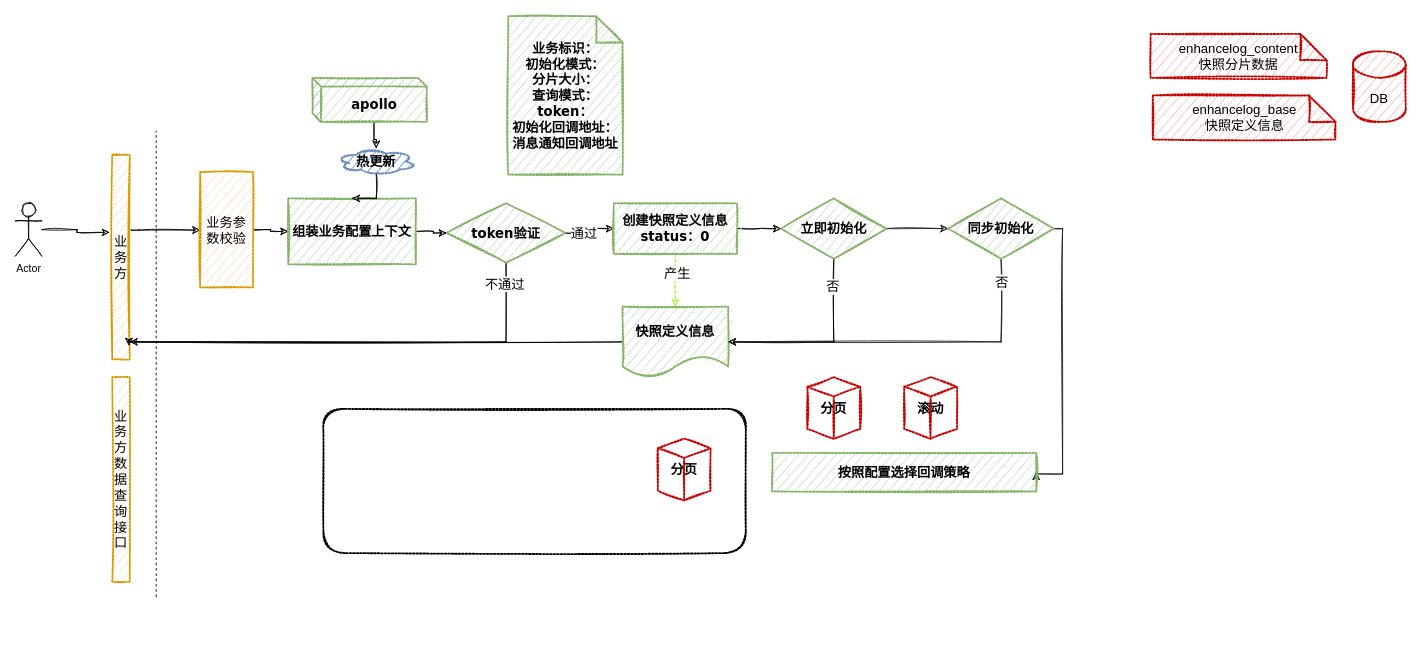
Above: Untitled Diagram.drawio in cb2s/goodGoodStudy (draw.io), before the change. Source tidied: cells renumbered, new cells numbered last; positions are measured from the earlier drawing's top-left corner, leaving out a move shared by most shapes. Both pictures are drawn from the tidied source at 88%, with x=0, y=0 at pixel (15, 16).
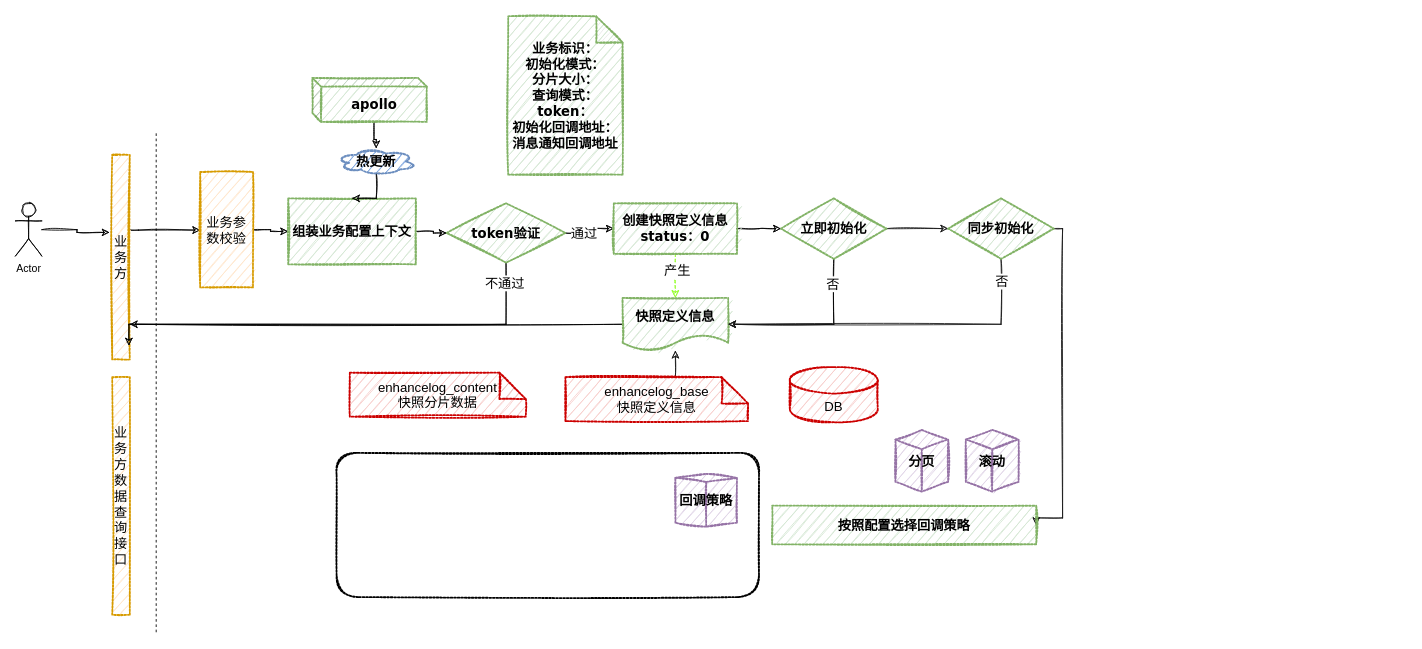
The same diagram, later.

Unchanged cells that the change refers to:
```xml
<mxCell id="5" value="业务方" style="rounded=0;whiteSpace=wrap;html=1;sketch=1;dashed=1;dashPattern=1 1;strokeWidth=2;perimeterSpacing=0;strokeColor=#d79b00;fillColor=#ffe6cc;fontSize=15;" parent="1" vertex="1">
  <mxGeometry x="110" y="157.5" width="20" height="232.5" as="geometry" />
</mxCell>
<mxCell id="23" value="token验证" style="rhombus;whiteSpace=wrap;html=1;dashed=1;dashPattern=1 1;fontFamily=Verdana;fontSize=15;fontStyle=1;strokeColor=#82b366;strokeWidth=2;fillColor=#d5e8d4;sketch=1;" parent="1" vertex="1">
  <mxGeometry x="490" y="212.5" width="135" height="67.5" as="geometry" />
</mxCell>
<mxCell id="31" value="立即初始化" style="rhombus;whiteSpace=wrap;html=1;dashed=1;dashPattern=1 1;fontFamily=Verdana;fontSize=15;fontStyle=1;strokeColor=#82b366;strokeWidth=2;fillColor=#d5e8d4;sketch=1;" parent="1" vertex="1">
  <mxGeometry x="870" y="206.9" width="120" height="68.8" as="geometry" />
</mxCell>
<mxCell id="37" value="同步初始化" style="rhombus;whiteSpace=wrap;html=1;dashed=1;dashPattern=1 1;fontFamily=Verdana;fontSize=15;fontStyle=1;strokeColor=#82b366;strokeWidth=2;fillColor=#d5e8d4;sketch=1;" parent="1" vertex="1">
  <mxGeometry x="1060" y="206.9" width="120" height="68.8" as="geometry" />
</mxCell>
```

Change to the diagram source:
```diff
@@
     <mxCell id="8" value="DB" style="shape=cylinder3;whiteSpace=wrap;html=1;boundedLbl=1;backgroundOutline=1;size=15;dashed=1;dashPattern=1 1;sketch=1;strokeWidth=2;fontSize=15;fillColor=#f8cecc;strokeColor=#CC0000;" parent="1" vertex="1">
-      <mxGeometry x="1520" y="40" width="60" height="80" as="geometry" />
+      <mxGeometry x="880" y="398.8" width="100" height="62.5" as="geometry" />
     </mxCell>
+    <mxCell id="44" style="edgeStyle=orthogonalEdgeStyle;rounded=0;sketch=1;jettySize=auto;html=1;exitX=0.5;exitY=0;exitDx=0;exitDy=0;exitPerimeter=0;strokeColor=#1A1A1A;fontFamily=Verdana;fontSize=15;" parent="1" edge="1" source="9" target="33">
+      <mxGeometry relative="1" as="geometry">
+        <Array as="points">
+          <mxPoint x="750" y="410" />
+        </Array>
+      </mxGeometry>
+    </mxCell>
     <mxCell id="9" value="enhancelog_base&lt;br&gt;快照定义信息" style="shape=note;whiteSpace=wrap;html=1;backgroundOutline=1;darkOpacity=0.05;dashed=1;dashPattern=1 1;sketch=1;strokeWidth=2;fontSize=15;fillColor=#f8cecc;strokeColor=#CC0000;" parent="1" vertex="1">
-      <mxGeometry x="1292.5" y="90" width="207.5" height="50" as="geometry" />
+      <mxGeometry x="625" y="410" width="207.5" height="50" as="geometry" />
     </mxCell>
     <mxCell id="10" value="enhancelog_content&lt;br&gt;快照分片数据" style="shape=note;whiteSpace=wrap;html=1;backgroundOutline=1;darkOpacity=0.05;dashed=1;dashPattern=1 1;sketch=1;strokeWidth=2;fontSize=15;fillColor=#f8cecc;strokeColor=#CC0000;" parent="1" vertex="1">
-      <mxGeometry x="1290" y="20" width="200" height="50" as="geometry" />
+      <mxGeometry x="380" y="405" width="200" height="50" as="geometry" />
     </mxCell>
@@
     <mxCell id="13" style="endArrow=none;dashed=1;html=1;fontFamily=Verdana;fontSize=15;" parent="1" edge="1">
       <mxGeometry relative="1" as="geometry">
-        <mxPoint x="160" y="660" as="sourcePoint" />
+        <mxPoint x="160" y="700" as="sourcePoint" />
         <mxPoint x="160" y="130" as="targetPoint" />
       </mxGeometry>
     </mxCell>
@@
     <mxCell id="21" style="edgeStyle=orthogonalEdgeStyle;rounded=0;sketch=1;jettySize=auto;html=1;exitX=0.5;exitY=1;exitDx=0;exitDy=0;fontFamily=Verdana;fontSize=15;" parent="1" edge="1" source="23" target="5">
       <mxGeometry relative="1" as="geometry">
         <Array as="points">
-          <mxPoint x="557" y="370" />
+          <mxPoint x="557" y="350" />
         </Array>
       </mxGeometry>
     </mxCell>
@@
     <mxCell id="28" style="edgeStyle=orthogonalEdgeStyle;rounded=0;sketch=1;jettySize=auto;html=1;entryX=1;entryY=0.5;entryDx=0;entryDy=0;fontFamily=Verdana;fontSize=15;" parent="1" edge="1" source="31" target="33">
       <mxGeometry relative="1" as="geometry">
         <Array as="points">
-          <mxPoint x="930" y="370" />
+          <mxPoint x="930" y="350" />
         </Array>
       </mxGeometry>
     </mxCell>
@@
     <mxCell id="32" style="edgeStyle=orthogonalEdgeStyle;rounded=0;sketch=1;jettySize=auto;html=1;fontFamily=Verdana;fontSize=15;entryX=0.95;entryY=0.932;entryDx=0;entryDy=0;entryPerimeter=0;" parent="1" edge="1" source="33" target="5">
       <mxGeometry relative="1" as="geometry">
         <Array as="points">
-          <mxPoint x="129" y="370" />
+          <mxPoint x="129" y="350" />
         </Array>
       </mxGeometry>
     </mxCell>
     <mxCell id="33" value="快照定义信息" style="shape=document;whiteSpace=wrap;html=1;boundedLbl=1;dashed=1;dashPattern=1 1;fontFamily=Verdana;fontSize=15;fontStyle=1;strokeColor=#82b366;strokeWidth=2;fillColor=#d5e8d4;sketch=1;" parent="1" vertex="1">
-      <mxGeometry x="690" y="330" width="120" height="80" as="geometry" />
+      <mxGeometry x="690" y="320" width="120" height="60" as="geometry" />
     </mxCell>
     <mxCell id="34" style="edgeStyle=orthogonalEdgeStyle;rounded=0;sketch=1;jettySize=auto;html=1;entryX=1;entryY=0.5;entryDx=0;entryDy=0;strokeColor=#1A1A1A;fontFamily=Verdana;fontSize=15;" parent="1" edge="1" source="37" target="33">
       <mxGeometry relative="1" as="geometry">
         <Array as="points">
-          <mxPoint x="1120" y="370" />
+          <mxPoint x="1120" y="350" />
         </Array>
       </mxGeometry>
     </mxCell>
@@
     <mxCell id="36" style="edgeStyle=orthogonalEdgeStyle;rounded=0;sketch=1;jettySize=auto;html=1;strokeColor=#1A1A1A;fontFamily=Verdana;fontSize=15;entryX=1;entryY=0.5;entryDx=0;entryDy=0;" parent="1" edge="1" source="37" target="38">
       <mxGeometry relative="1" as="geometry">
         <Array as="points">
           <mxPoint x="1190" y="241" />
-          <mxPoint x="1190" y="520" />
+          <mxPoint x="1190" y="570" />
+          <mxPoint x="1160" y="570" />
         </Array>
       </mxGeometry>
     </mxCell>
@@
     <mxCell id="38" value="按照配置选择回调策略" style="whiteSpace=wrap;html=1;dashed=1;dashPattern=1 1;fontFamily=Verdana;fontSize=15;fontStyle=1;strokeColor=#82b366;strokeWidth=2;fillColor=#d5e8d4;sketch=1;" parent="1" vertex="1">
-      <mxGeometry x="860" y="496.2" width="300" height="43.8" as="geometry" />
+      <mxGeometry x="860" y="556.2" width="300" height="43.8" as="geometry" />
     </mxCell>
     <mxCell id="39" value="业务方&lt;br&gt;数据查询接口" style="rounded=0;whiteSpace=wrap;html=1;sketch=1;dashed=1;dashPattern=1 1;strokeWidth=2;perimeterSpacing=0;strokeColor=#d79b00;fillColor=#ffe6cc;fontSize=15;" parent="1" vertex="1">
-      <mxGeometry x="110" y="410" width="20" height="232.5" as="geometry" />
+      <mxGeometry x="110" y="410" width="20" height="270" as="geometry" />
     </mxCell>
     <mxCell id="40" style="rounded=1;whiteSpace=wrap;html=1;dashed=1;dashPattern=1 1;sketch=1;strokeWidth=2;fontFamily=Verdana;fontSize=15;align=center;fillColor=none;" parent="1" vertex="1">
-      <mxGeometry x="350" y="446.2" width="480" height="163.8" as="geometry" />
+      <mxGeometry x="365" y="496.2" width="480" height="163.8" as="geometry" />
     </mxCell>
-    <mxCell id="41" value="分页" style="html=1;whiteSpace=wrap;shape=isoCube2;backgroundOutline=1;isoAngle=11.5196078431372;dashed=1;dashPattern=1 1;sketch=1;strokeColor=#CC0000;strokeWidth=2;fillColor=none;fontFamily=Verdana;fontSize=15;align=center;fontStyle=1;" parent="1" vertex="1">
-      <mxGeometry x="900" y="410" width="60" height="70" as="geometry" />
+    <mxCell id="41" value="分页" style="html=1;whiteSpace=wrap;shape=isoCube2;backgroundOutline=1;isoAngle=11.5196078431372;dashed=1;dashPattern=1 1;sketch=1;strokeColor=#9673a6;strokeWidth=2;fillColor=#e1d5e7;fontFamily=Verdana;fontSize=15;align=center;fontStyle=1;" parent="1" vertex="1">
+      <mxGeometry x="1000" y="470" width="60" height="70" as="geometry" />
     </mxCell>
-    <mxCell id="42" value="滚动" style="html=1;whiteSpace=wrap;shape=isoCube2;backgroundOutline=1;isoAngle=11.5196078431372;dashed=1;dashPattern=1 1;sketch=1;strokeColor=#CC0000;strokeWidth=2;fillColor=none;fontFamily=Verdana;fontSize=15;align=center;fontStyle=1;" parent="1" vertex="1">
-      <mxGeometry x="1010" y="410" width="60" height="70" as="geometry" />
+    <mxCell id="42" value="滚动" style="html=1;whiteSpace=wrap;shape=isoCube2;backgroundOutline=1;isoAngle=11.5196078431372;dashed=1;dashPattern=1 1;sketch=1;strokeColor=#9673a6;strokeWidth=2;fillColor=#e1d5e7;fontFamily=Verdana;fontSize=15;align=center;fontStyle=1;" parent="1" vertex="1">
+      <mxGeometry x="1080" y="470" width="60" height="70" as="geometry" />
     </mxCell>
-    <mxCell id="43" value="分页" style="html=1;whiteSpace=wrap;shape=isoCube2;backgroundOutline=1;isoAngle=11.5196078431372;dashed=1;dashPattern=1 1;sketch=1;strokeColor=#CC0000;strokeWidth=2;fillColor=none;fontFamily=Verdana;fontSize=15;align=center;fontStyle=1;" parent="1" vertex="1">
-      <mxGeometry x="730" y="480" width="60" height="70" as="geometry" />
+    <mxCell id="43" value="回调策略" style="html=1;whiteSpace=wrap;shape=isoCube2;backgroundOutline=1;isoAngle=4.166666666666903;dashed=1;dashPattern=1 1;sketch=1;strokeColor=#9673a6;strokeWidth=2;fillColor=#e1d5e7;fontFamily=Verdana;fontSize=15;align=center;fontStyle=1;" parent="1" vertex="1">
+      <mxGeometry x="750" y="520" width="70" height="60" as="geometry" />
     </mxCell>
```
